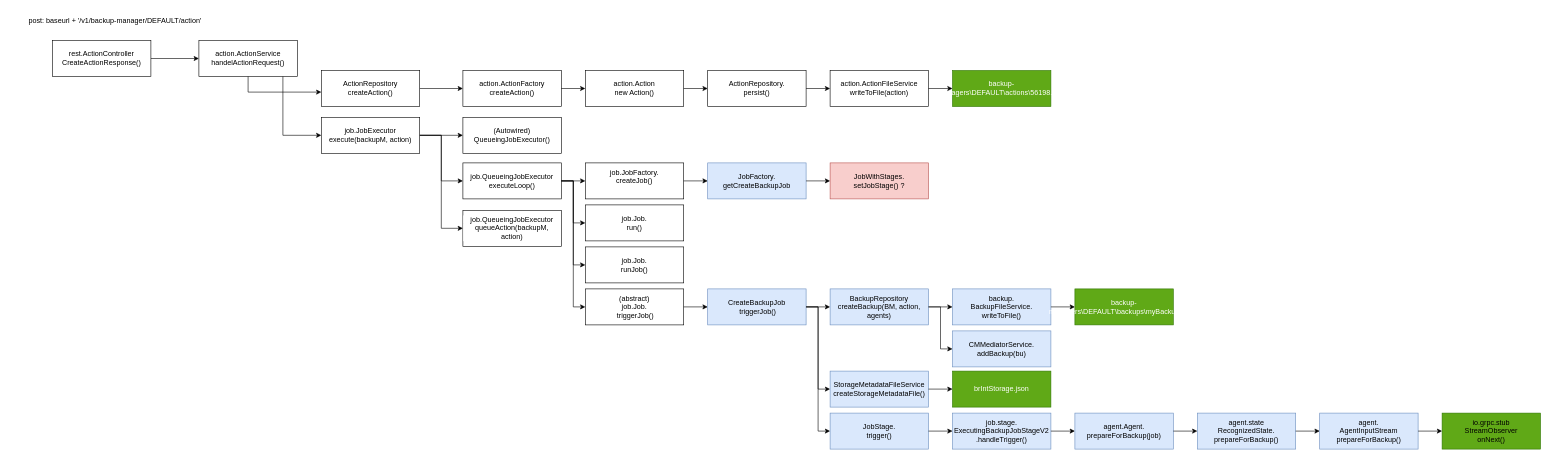
The draw.io diagram page "create_backup_1" (2 of 4) of BRO-Post-Action.drawio in Albert-W/Draw_io, before the edit. Source tidied: cells renumbered, new cells numbered last; positions are measured from the earlier drawing's top-left corner, leaving out a move shared by most shapes. Both pictures are drawn from the tidied source at 60%, with x=0, y=0 at pixel (10, 10).
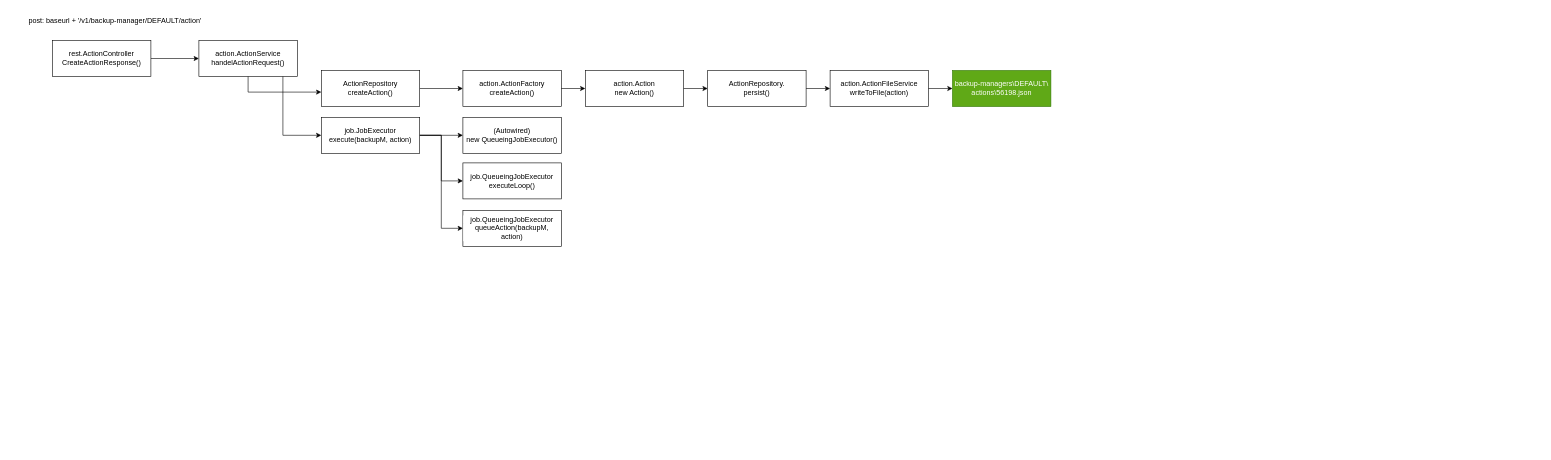
The same diagram, later.

Diff of the diagram source:
```diff
@@
-    <mxCell id="21" value="backup-managers\DEFAULT\actions\56198.json" style="whiteSpace=wrap;html=1;align=center;newEdgeStyle={&quot;edgeStyle&quot;:&quot;elbowEdgeStyle&quot;,&quot;startArrow&quot;:&quot;none&quot;,&quot;endArrow&quot;:&quot;none&quot;};fillColor=#60a917;strokeColor=#2D7600;fontColor=#ffffff;" parent="1" vertex="1">
+    <mxCell id="21" value="backup-managers\DEFAULT\ actions\56198.json" style="whiteSpace=wrap;html=1;align=center;newEdgeStyle={&quot;edgeStyle&quot;:&quot;elbowEdgeStyle&quot;,&quot;startArrow&quot;:&quot;none&quot;,&quot;endArrow&quot;:&quot;none&quot;};fillColor=#60a917;strokeColor=#2D7600;fontColor=#ffffff;" parent="1" vertex="1">
       <mxGeometry x="1570" y="100" width="164" height="60" as="geometry" />
     </mxCell>
@@
-    <mxCell id="23" value="&lt;div&gt;(Autowired)&lt;/div&gt;&lt;div&gt;QueueingJobExecutor()&lt;/div&gt;" style="whiteSpace=wrap;html=1;align=center;newEdgeStyle={&quot;edgeStyle&quot;:&quot;elbowEdgeStyle&quot;,&quot;startArrow&quot;:&quot;none&quot;,&quot;endArrow&quot;:&quot;none&quot;};" parent="1" vertex="1">
+    <mxCell id="23" value="&lt;div&gt;(Autowired)&lt;/div&gt;&lt;div&gt;new QueueingJobExecutor()&lt;/div&gt;" style="whiteSpace=wrap;html=1;align=center;newEdgeStyle={&quot;edgeStyle&quot;:&quot;elbowEdgeStyle&quot;,&quot;startArrow&quot;:&quot;none&quot;,&quot;endArrow&quot;:&quot;none&quot;};" parent="1" vertex="1">
       <mxGeometry x="754" y="178" width="164" height="60" as="geometry" />
     </mxCell>
@@
-    <mxCell id="25" value="&lt;div style=&quot;color: rgb(0 , 0 , 0) ; font-family: &amp;#34;helvetica&amp;#34; ; font-size: 12px ; font-style: normal ; font-weight: 400 ; letter-spacing: normal ; text-align: center ; text-indent: 0px ; text-transform: none ; word-spacing: 0px ; background-color: rgb(255 , 255 , 255)&quot;&gt;job.QueueingJobExecutor&lt;br&gt;&lt;/div&gt;&lt;div style=&quot;color: rgb(0 , 0 , 0) ; font-family: &amp;#34;helvetica&amp;#34; ; font-size: 12px ; font-style: normal ; font-weight: 400 ; letter-spacing: normal ; text-align: center ; text-indent: 0px ; text-transform: none ; word-spacing: 0px ; background-color: rgb(255 , 255 , 255)&quot;&gt;executeLoop()&lt;br&gt;&lt;/div&gt;" style="whiteSpace=wrap;html=1;align=center;newEdgeStyle={&quot;edgeStyle&quot;:&quot;elbowEdgeStyle&quot;,&quot;startArrow&quot;:&quot;none&quot;,&quot;endArrow&quot;:&quot;none&quot;};" parent="1" vertex="1">
+    <mxCell id="25" value="&lt;div style=&quot;color: rgb(0 , 0 , 0) ; font-family: &amp;#34;helvetica&amp;#34; ; font-size: 12px ; font-style: normal ; font-weight: 400 ; letter-spacing: normal ; text-align: center ; text-indent: 0px ; text-transform: none ; word-spacing: 0px ; background-color: rgb(255 , 255 , 255)&quot;&gt;job.QueueingJobExecutor&lt;br&gt;&lt;/div&gt;&lt;div style=&quot;color: rgb(0 , 0 , 0) ; font-family: &amp;#34;helvetica&amp;#34; ; font-size: 12px ; font-style: normal ; font-weight: 400 ; letter-spacing: normal ; text-align: center ; text-indent: 0px ; text-transform: none ; word-spacing: 0px ; background-color: rgb(255 , 255 , 255)&quot;&gt;executeLoop()&lt;br&gt;&lt;/div&gt;" style="whiteSpace=wrap;html=1;align=center;newEdgeStyle={&quot;edgeStyle&quot;:&quot;elbowEdgeStyle&quot;,&quot;startArrow&quot;:&quot;none&quot;,&quot;endArrow&quot;:&quot;none&quot;};" parent="1" vertex="1" collapsed="1">
       <mxGeometry x="754" y="254" width="164" height="60" as="geometry" />
     </mxCell>
-    <mxCell id="26" style="edgeStyle=orthogonalEdgeStyle;rounded=0;jettySize=auto;html=1;exitX=1;exitY=0.5;exitDx=0;exitDy=0;entryX=0;entryY=0.5;entryDx=0;entryDy=0;endArrow=classic;endFill=1;" parent="1" edge="1" source="25" target="27">
-      <mxGeometry relative="1" as="geometry" />
-    </mxCell>
-    <mxCell id="27" value="&lt;div&gt;job.JobFactory.&lt;/div&gt;&lt;div&gt;createJob()&lt;br style=&quot;color: rgb(0 , 0 , 0) ; font-family: &amp;#34;helvetica&amp;#34; ; font-size: 12px ; font-style: normal ; font-weight: 400 ; letter-spacing: normal ; text-align: center ; text-indent: 0px ; text-transform: none ; word-spacing: 0px ; background-color: rgb(255 , 255 , 255)&quot;&gt;&lt;br&gt;&lt;/div&gt;" style="whiteSpace=wrap;html=1;align=center;newEdgeStyle={&quot;edgeStyle&quot;:&quot;elbowEdgeStyle&quot;,&quot;startArrow&quot;:&quot;none&quot;,&quot;endArrow&quot;:&quot;none&quot;};" parent="1" vertex="1">
-      <mxGeometry x="958" y="254" width="164" height="60" as="geometry" />
-    </mxCell>
-    <mxCell id="28" style="edgeStyle=orthogonalEdgeStyle;rounded=0;jettySize=auto;html=1;exitX=1;exitY=0.5;exitDx=0;exitDy=0;entryX=0;entryY=0.5;entryDx=0;entryDy=0;endArrow=classic;endFill=1;" parent="1" edge="1" source="25" target="29">
-      <mxGeometry relative="1" as="geometry" />
-    </mxCell>
-    <mxCell id="29" value="&lt;div&gt;&lt;span style=&quot;color: rgb(0 , 0 , 0) ; font-family: &amp;#34;helvetica&amp;#34; ; font-size: 12px ; font-style: normal ; font-weight: 400 ; letter-spacing: normal ; text-align: center ; text-indent: 0px ; text-transform: none ; word-spacing: 0px ; background-color: rgb(255 , 255 , 255) ; display: inline ; float: none&quot;&gt;job.Job.&lt;/span&gt;&lt;/div&gt;&lt;div&gt;&lt;span style=&quot;color: rgb(0 , 0 , 0) ; font-family: &amp;#34;helvetica&amp;#34; ; font-size: 12px ; font-style: normal ; font-weight: 400 ; letter-spacing: normal ; text-align: center ; text-indent: 0px ; text-transform: none ; word-spacing: 0px ; background-color: rgb(255 , 255 , 255) ; display: inline ; float: none&quot;&gt;run()&lt;/span&gt;&lt;/div&gt;" style="whiteSpace=wrap;html=1;align=center;newEdgeStyle={&quot;edgeStyle&quot;:&quot;elbowEdgeStyle&quot;,&quot;startArrow&quot;:&quot;none&quot;,&quot;endArrow&quot;:&quot;none&quot;};" parent="1" vertex="1">
-      <mxGeometry x="958" y="324" width="164" height="60" as="geometry" />
-    </mxCell>
-    <mxCell id="30" style="edgeStyle=orthogonalEdgeStyle;rounded=0;jettySize=auto;html=1;exitX=1;exitY=0.5;exitDx=0;exitDy=0;entryX=0;entryY=0.5;entryDx=0;entryDy=0;endArrow=classic;endFill=1;" parent="1" edge="1" source="25" target="31">
-      <mxGeometry relative="1" as="geometry" />
-    </mxCell>
-    <mxCell id="31" value="&lt;div&gt;&lt;span style=&quot;color: rgb(0 , 0 , 0) ; font-family: &amp;#34;helvetica&amp;#34; ; font-size: 12px ; font-style: normal ; font-weight: 400 ; letter-spacing: normal ; text-align: center ; text-indent: 0px ; text-transform: none ; word-spacing: 0px ; background-color: rgb(255 , 255 , 255) ; display: inline ; float: none&quot;&gt;job.Job.&lt;/span&gt;&lt;/div&gt;&lt;div&gt;&lt;span style=&quot;color: rgb(0 , 0 , 0) ; font-family: &amp;#34;helvetica&amp;#34; ; font-size: 12px ; font-style: normal ; font-weight: 400 ; letter-spacing: normal ; text-align: center ; text-indent: 0px ; text-transform: none ; word-spacing: 0px ; background-color: rgb(255 , 255 , 255) ; display: inline ; float: none&quot;&gt;runJob()&lt;/span&gt;&lt;/div&gt;" style="whiteSpace=wrap;html=1;align=center;newEdgeStyle={&quot;edgeStyle&quot;:&quot;elbowEdgeStyle&quot;,&quot;startArrow&quot;:&quot;none&quot;,&quot;endArrow&quot;:&quot;none&quot;};" parent="1" vertex="1">
-      <mxGeometry x="958" y="394" width="164" height="60" as="geometry" />
-    </mxCell>
-    <mxCell id="32" style="edgeStyle=orthogonalEdgeStyle;rounded=0;jettySize=auto;html=1;exitX=1;exitY=0.5;exitDx=0;exitDy=0;entryX=0;entryY=0.5;entryDx=0;entryDy=0;endArrow=classic;endFill=1;" parent="1" edge="1" source="25" target="33">
-      <mxGeometry relative="1" as="geometry" />
-    </mxCell>
-    <mxCell id="33" value="&lt;div&gt;&lt;span style=&quot;color: rgb(0 , 0 , 0) ; font-family: &amp;#34;helvetica&amp;#34; ; font-size: 12px ; font-style: normal ; font-weight: 400 ; letter-spacing: normal ; text-align: center ; text-indent: 0px ; text-transform: none ; word-spacing: 0px ; background-color: rgb(255 , 255 , 255) ; display: inline ; float: none&quot;&gt;(abstract)&lt;br&gt;&lt;/span&gt;&lt;/div&gt;&lt;div&gt;&lt;span style=&quot;color: rgb(0 , 0 , 0) ; font-family: &amp;#34;helvetica&amp;#34; ; font-size: 12px ; font-style: normal ; font-weight: 400 ; letter-spacing: normal ; text-align: center ; text-indent: 0px ; text-transform: none ; word-spacing: 0px ; background-color: rgb(255 , 255 , 255) ; display: inline ; float: none&quot;&gt;job.Job.&lt;/span&gt;&lt;/div&gt;&lt;div&gt;&lt;span style=&quot;color: rgb(0 , 0 , 0) ; font-family: &amp;#34;helvetica&amp;#34; ; font-size: 12px ; font-style: normal ; font-weight: 400 ; letter-spacing: normal ; text-align: center ; text-indent: 0px ; text-transform: none ; word-spacing: 0px ; background-color: rgb(255 , 255 , 255) ; display: inline ; float: none&quot;&gt;&amp;nbsp;triggerJob()&lt;/span&gt;&lt;/div&gt;" style="whiteSpace=wrap;html=1;align=center;newEdgeStyle={&quot;edgeStyle&quot;:&quot;elbowEdgeStyle&quot;,&quot;startArrow&quot;:&quot;none&quot;,&quot;endArrow&quot;:&quot;none&quot;};" parent="1" vertex="1">
-      <mxGeometry x="958" y="464" width="164" height="60" as="geometry" />
-    </mxCell>
-    <mxCell id="34" style="edgeStyle=orthogonalEdgeStyle;rounded=0;jettySize=auto;html=1;exitX=1;exitY=0.5;exitDx=0;exitDy=0;entryX=0;entryY=0.5;entryDx=0;entryDy=0;endArrow=classic;endFill=1;" parent="1" edge="1" source="27" target="35">
-      <mxGeometry relative="1" as="geometry" />
-    </mxCell>
-    <mxCell id="35" value="&lt;div&gt;JobFactory.&lt;/div&gt;&lt;div&gt;getCreateBackupJob&lt;br&gt;&lt;/div&gt;" style="whiteSpace=wrap;html=1;align=center;newEdgeStyle={&quot;edgeStyle&quot;:&quot;elbowEdgeStyle&quot;,&quot;startArrow&quot;:&quot;none&quot;,&quot;endArrow&quot;:&quot;none&quot;};fillColor=#dae8fc;strokeColor=#6c8ebf;" parent="1" vertex="1">
-      <mxGeometry x="1162" y="254" width="164" height="60" as="geometry" />
-    </mxCell>
-    <mxCell id="36" style="edgeStyle=orthogonalEdgeStyle;rounded=0;jettySize=auto;html=1;exitX=1;exitY=0.5;exitDx=0;exitDy=0;entryX=0;entryY=0.5;entryDx=0;entryDy=0;endArrow=classic;endFill=1;" parent="1" edge="1" source="35" target="37">
-      <mxGeometry relative="1" as="geometry" />
-    </mxCell>
-    <mxCell id="37" value="&lt;div&gt;JobWithStages.&lt;/div&gt;&lt;div&gt;setJobStage() ?&lt;br&gt;&lt;/div&gt;" style="whiteSpace=wrap;html=1;align=center;newEdgeStyle={&quot;edgeStyle&quot;:&quot;elbowEdgeStyle&quot;,&quot;startArrow&quot;:&quot;none&quot;,&quot;endArrow&quot;:&quot;none&quot;};fillColor=#f8cecc;strokeColor=#b85450;" parent="1" vertex="1">
-      <mxGeometry x="1366" y="254" width="164" height="60" as="geometry" />
-    </mxCell>
-    <mxCell id="38" style="edgeStyle=orthogonalEdgeStyle;rounded=0;jettySize=auto;html=1;exitX=1;exitY=0.5;exitDx=0;exitDy=0;entryX=0;entryY=0.5;entryDx=0;entryDy=0;endArrow=classic;endFill=1;" parent="1" edge="1" source="33" target="39">
-      <mxGeometry relative="1" as="geometry" />
-    </mxCell>
-    <mxCell id="39" value="&lt;span&gt;CreateBackupJob&lt;/span&gt;&lt;div&gt;&lt;span&gt;&lt;span style=&quot;color: rgb(0 , 0 , 0) ; font-family: &amp;#34;helvetica&amp;#34; ; font-size: 12px ; font-style: normal ; font-weight: 400 ; letter-spacing: normal ; text-align: center ; text-indent: 0px ; text-transform: none ; word-spacing: 0px ; display: inline ; float: none&quot;&gt;&amp;nbsp;triggerJob()&lt;/span&gt;&lt;/span&gt;&lt;/div&gt;" style="whiteSpace=wrap;html=1;align=center;newEdgeStyle={&quot;edgeStyle&quot;:&quot;elbowEdgeStyle&quot;,&quot;startArrow&quot;:&quot;none&quot;,&quot;endArrow&quot;:&quot;none&quot;};fillColor=#dae8fc;strokeColor=#6c8ebf;" parent="1" vertex="1">
-      <mxGeometry x="1162" y="464" width="164" height="60" as="geometry" />
-    </mxCell>
-    <mxCell id="40" style="edgeStyle=orthogonalEdgeStyle;rounded=0;jettySize=auto;html=1;exitX=1;exitY=0.5;exitDx=0;exitDy=0;entryX=0;entryY=0.5;entryDx=0;entryDy=0;endArrow=classic;endFill=1;" parent="1" edge="1" source="39" target="41">
-      <mxGeometry relative="1" as="geometry" />
-    </mxCell>
-    <mxCell id="41" value="&lt;div style=&quot;color: rgb(0 , 0 , 0) ; font-family: &amp;#34;helvetica&amp;#34; ; font-size: 12px ; font-style: normal ; font-weight: 400 ; letter-spacing: normal ; text-align: center ; text-indent: 0px ; text-transform: none ; word-spacing: 0px&quot;&gt;&lt;span&gt;BackupRepository&lt;/span&gt;&lt;/div&gt;&lt;div style=&quot;color: rgb(0 , 0 , 0) ; font-family: &amp;#34;helvetica&amp;#34; ; font-size: 12px ; font-style: normal ; font-weight: 400 ; letter-spacing: normal ; text-align: center ; text-indent: 0px ; text-transform: none ; word-spacing: 0px&quot;&gt;&lt;span&gt;createBackup(BM, action, agents)&lt;/span&gt;&lt;/div&gt;" style="whiteSpace=wrap;html=1;align=center;newEdgeStyle={&quot;edgeStyle&quot;:&quot;elbowEdgeStyle&quot;,&quot;startArrow&quot;:&quot;none&quot;,&quot;endArrow&quot;:&quot;none&quot;};fillColor=#dae8fc;strokeColor=#6c8ebf;" parent="1" vertex="1">
-      <mxGeometry x="1366" y="464" width="164" height="60" as="geometry" />
-    </mxCell>
-    <mxCell id="42" style="edgeStyle=orthogonalEdgeStyle;rounded=0;jettySize=auto;html=1;exitX=1;exitY=0.5;exitDx=0;exitDy=0;entryX=0;entryY=0.5;entryDx=0;entryDy=0;endArrow=classic;endFill=1;" parent="1" edge="1" source="39" target="43">
-      <mxGeometry relative="1" as="geometry" />
-    </mxCell>
-    <mxCell id="43" value="&lt;div style=&quot;color: rgb(0 , 0 , 0) ; font-family: &amp;#34;helvetica&amp;#34; ; font-size: 12px ; font-style: normal ; font-weight: 400 ; letter-spacing: normal ; text-align: center ; text-indent: 0px ; text-transform: none ; word-spacing: 0px&quot;&gt;&lt;span&gt;StorageMetadataFileService&lt;/span&gt;&lt;span&gt;&lt;br&gt;&lt;/span&gt;&lt;/div&gt;&lt;div style=&quot;color: rgb(0 , 0 , 0) ; font-family: &amp;#34;helvetica&amp;#34; ; font-size: 12px ; font-style: normal ; font-weight: 400 ; letter-spacing: normal ; text-align: center ; text-indent: 0px ; text-transform: none ; word-spacing: 0px&quot;&gt;&lt;span&gt;createStorageMetadataFile()&lt;/span&gt;&lt;/div&gt;" style="whiteSpace=wrap;html=1;align=center;newEdgeStyle={&quot;edgeStyle&quot;:&quot;elbowEdgeStyle&quot;,&quot;startArrow&quot;:&quot;none&quot;,&quot;endArrow&quot;:&quot;none&quot;};fillColor=#dae8fc;strokeColor=#6c8ebf;" parent="1" vertex="1">
-      <mxGeometry x="1366" y="601" width="164" height="60" as="geometry" />
-    </mxCell>
-    <mxCell id="44" style="edgeStyle=orthogonalEdgeStyle;rounded=0;jettySize=auto;html=1;exitX=1;exitY=0.5;exitDx=0;exitDy=0;entryX=0;entryY=0.5;entryDx=0;entryDy=0;endArrow=classic;endFill=1;" parent="1" edge="1" source="39" target="45">
-      <mxGeometry relative="1" as="geometry" />
-    </mxCell>
-    <mxCell id="45" value="&lt;div&gt;JobStage.&lt;/div&gt;&lt;div&gt;trigger()&lt;br&gt;&lt;/div&gt;" style="whiteSpace=wrap;html=1;align=center;newEdgeStyle={&quot;edgeStyle&quot;:&quot;elbowEdgeStyle&quot;,&quot;startArrow&quot;:&quot;none&quot;,&quot;endArrow&quot;:&quot;none&quot;};fillColor=#dae8fc;strokeColor=#6c8ebf;" parent="1" vertex="1">
-      <mxGeometry x="1366" y="671" width="164" height="60" as="geometry" />
-    </mxCell>
-    <mxCell id="46" style="edgeStyle=orthogonalEdgeStyle;rounded=0;jettySize=auto;html=1;exitX=1;exitY=0.5;exitDx=0;exitDy=0;entryX=0;entryY=0.5;entryDx=0;entryDy=0;endArrow=classic;endFill=1;" parent="1" edge="1" source="45" target="47">
-      <mxGeometry relative="1" as="geometry" />
-    </mxCell>
-    <mxCell id="47" value="&lt;div&gt;job.stage.&lt;br&gt;&lt;/div&gt;&lt;div style=&quot;color: rgb(0 , 0 , 0) ; font-family: &amp;#34;helvetica&amp;#34; ; font-size: 12px ; font-style: normal ; font-weight: 400 ; letter-spacing: normal ; text-align: center ; text-indent: 0px ; text-transform: none ; word-spacing: 0px&quot;&gt;&lt;span&gt;ExecutingBackupJobStageV2&lt;/span&gt;&lt;/div&gt;&lt;div style=&quot;color: rgb(0 , 0 , 0) ; font-family: &amp;#34;helvetica&amp;#34; ; font-size: 12px ; font-style: normal ; font-weight: 400 ; letter-spacing: normal ; text-align: center ; text-indent: 0px ; text-transform: none ; word-spacing: 0px&quot;&gt;&lt;span&gt;.handleTrigger()&lt;/span&gt;&lt;/div&gt;" style="whiteSpace=wrap;html=1;align=center;newEdgeStyle={&quot;edgeStyle&quot;:&quot;elbowEdgeStyle&quot;,&quot;startArrow&quot;:&quot;none&quot;,&quot;endArrow&quot;:&quot;none&quot;};fillColor=#dae8fc;strokeColor=#6c8ebf;" parent="1" vertex="1">
-      <mxGeometry x="1570" y="671" width="164" height="60" as="geometry" />
-    </mxCell>
-    <mxCell id="48" style="edgeStyle=orthogonalEdgeStyle;rounded=0;jettySize=auto;html=1;exitX=1;exitY=0.5;exitDx=0;exitDy=0;entryX=0;entryY=0.5;entryDx=0;entryDy=0;endArrow=classic;endFill=1;" parent="1" edge="1" source="47" target="49">
-      <mxGeometry relative="1" as="geometry" />
-    </mxCell>
-    <mxCell id="49" value="&lt;div&gt;agent.Agent.&lt;/div&gt;&lt;div&gt;prepareForBackup(job)&lt;br&gt;&lt;/div&gt;" style="whiteSpace=wrap;html=1;align=center;newEdgeStyle={&quot;edgeStyle&quot;:&quot;elbowEdgeStyle&quot;,&quot;startArrow&quot;:&quot;none&quot;,&quot;endArrow&quot;:&quot;none&quot;};fillColor=#dae8fc;strokeColor=#6c8ebf;" parent="1" vertex="1">
-      <mxGeometry x="1774" y="671" width="164" height="60" as="geometry" />
-    </mxCell>
-    <mxCell id="50" style="edgeStyle=orthogonalEdgeStyle;rounded=0;jettySize=auto;html=1;exitX=1;exitY=0.5;exitDx=0;exitDy=0;entryX=0;entryY=0.5;entryDx=0;entryDy=0;endArrow=classic;endFill=1;" parent="1" edge="1" source="49" target="51">
-      <mxGeometry relative="1" as="geometry" />
-    </mxCell>
-    <mxCell id="51" value="&lt;div&gt;agent.state&lt;br&gt;&lt;/div&gt;&lt;div style=&quot;color: rgb(0 , 0 , 0) ; font-family: &amp;#34;helvetica&amp;#34; ; font-size: 12px ; font-style: normal ; font-weight: 400 ; letter-spacing: normal ; text-align: center ; text-indent: 0px ; text-transform: none ; word-spacing: 0px&quot;&gt;RecognizedState.&lt;br&gt;&lt;/div&gt;&lt;div style=&quot;color: rgb(0 , 0 , 0) ; font-family: &amp;#34;helvetica&amp;#34; ; font-size: 12px ; font-style: normal ; font-weight: 400 ; letter-spacing: normal ; text-align: center ; text-indent: 0px ; text-transform: none ; word-spacing: 0px&quot;&gt;prepareForBackup()&lt;/div&gt;" style="whiteSpace=wrap;html=1;align=center;newEdgeStyle={&quot;edgeStyle&quot;:&quot;elbowEdgeStyle&quot;,&quot;startArrow&quot;:&quot;none&quot;,&quot;endArrow&quot;:&quot;none&quot;};fillColor=#dae8fc;strokeColor=#6c8ebf;labelBackgroundColor=#;" parent="1" vertex="1">
-      <mxGeometry x="1978" y="671" width="164" height="60" as="geometry" />
-    </mxCell>
-    <mxCell id="52" style="edgeStyle=orthogonalEdgeStyle;rounded=0;jettySize=auto;html=1;exitX=1;exitY=0.5;exitDx=0;exitDy=0;entryX=0;entryY=0.5;entryDx=0;entryDy=0;endArrow=classic;endFill=1;" parent="1" edge="1" source="51" target="53">
-      <mxGeometry relative="1" as="geometry" />
-    </mxCell>
-    <mxCell id="53" value="&lt;div&gt;agent.&lt;br&gt;&lt;/div&gt;&lt;div style=&quot;color: rgb(0 , 0 , 0) ; font-family: &amp;#34;helvetica&amp;#34; ; font-size: 12px ; font-style: normal ; font-weight: 400 ; letter-spacing: normal ; text-align: center ; text-indent: 0px ; text-transform: none ; word-spacing: 0px&quot;&gt;AgentInputStream&lt;/div&gt;&lt;div style=&quot;color: rgb(0 , 0 , 0) ; font-family: &amp;#34;helvetica&amp;#34; ; font-size: 12px ; font-style: normal ; font-weight: 400 ; letter-spacing: normal ; text-align: center ; text-indent: 0px ; text-transform: none ; word-spacing: 0px&quot;&gt;prepareForBackup()&lt;/div&gt;" style="whiteSpace=wrap;html=1;align=center;newEdgeStyle={&quot;edgeStyle&quot;:&quot;elbowEdgeStyle&quot;,&quot;startArrow&quot;:&quot;none&quot;,&quot;endArrow&quot;:&quot;none&quot;};fillColor=#dae8fc;strokeColor=#6c8ebf;labelBackgroundColor=#;" parent="1" vertex="1">
-      <mxGeometry x="2182" y="671" width="164" height="60" as="geometry" />
-    </mxCell>
-    <mxCell id="54" style="edgeStyle=orthogonalEdgeStyle;rounded=0;jettySize=auto;html=1;exitX=1;exitY=0.5;exitDx=0;exitDy=0;entryX=0;entryY=0.5;entryDx=0;entryDy=0;endArrow=classic;endFill=1;" parent="1" edge="1" source="53" target="55">
-      <mxGeometry relative="1" as="geometry" />
-    </mxCell>
-    <mxCell id="55" value="&lt;div style=&quot;color: rgb(0 , 0 , 0) ; font-family: &amp;#34;helvetica&amp;#34; ; font-size: 12px ; font-style: normal ; font-weight: 400 ; letter-spacing: normal ; text-align: center ; text-indent: 0px ; text-transform: none ; word-spacing: 0px&quot;&gt;&lt;span&gt;io.grpc.stub&lt;br&gt;&lt;/span&gt;&lt;/div&gt;&lt;div style=&quot;color: rgb(0 , 0 , 0) ; font-family: &amp;#34;helvetica&amp;#34; ; font-size: 12px ; font-style: normal ; font-weight: 400 ; letter-spacing: normal ; text-align: center ; text-indent: 0px ; text-transform: none ; word-spacing: 0px&quot;&gt;&lt;span&gt;StreamObserver&lt;/span&gt;&lt;/div&gt;&lt;div style=&quot;color: rgb(0 , 0 , 0) ; font-family: &amp;#34;helvetica&amp;#34; ; font-size: 12px ; font-style: normal ; font-weight: 400 ; letter-spacing: normal ; text-align: center ; text-indent: 0px ; text-transform: none ; word-spacing: 0px&quot;&gt;&lt;span&gt;onNext()&lt;/span&gt;&lt;/div&gt;" style="whiteSpace=wrap;html=1;align=center;newEdgeStyle={&quot;edgeStyle&quot;:&quot;elbowEdgeStyle&quot;,&quot;startArrow&quot;:&quot;none&quot;,&quot;endArrow&quot;:&quot;none&quot;};fillColor=#60a917;strokeColor=#2D7600;labelBackgroundColor=#;fontColor=#ffffff;" parent="1" vertex="1">
-      <mxGeometry x="2386" y="671" width="164" height="60" as="geometry" />
-    </mxCell>
-    <mxCell id="56" style="edgeStyle=orthogonalEdgeStyle;rounded=0;jettySize=auto;html=1;exitX=1;exitY=0.5;exitDx=0;exitDy=0;entryX=0;entryY=0.5;entryDx=0;entryDy=0;endArrow=classic;endFill=1;" parent="1" edge="1" source="43" target="57">
-      <mxGeometry relative="1" as="geometry" />
-    </mxCell>
-    <mxCell id="57" value="brIntStorage.json" style="whiteSpace=wrap;html=1;align=center;newEdgeStyle={&quot;edgeStyle&quot;:&quot;elbowEdgeStyle&quot;,&quot;startArrow&quot;:&quot;none&quot;,&quot;endArrow&quot;:&quot;none&quot;};fillColor=#60a917;strokeColor=#2D7600;fontColor=#ffffff;" parent="1" vertex="1">
-      <mxGeometry x="1570" y="601" width="164" height="60" as="geometry" />
-    </mxCell>
-    <mxCell id="58" style="edgeStyle=orthogonalEdgeStyle;rounded=0;jettySize=auto;html=1;exitX=1;exitY=0.5;exitDx=0;exitDy=0;entryX=0;entryY=0.5;entryDx=0;entryDy=0;endArrow=classic;endFill=1;" parent="1" edge="1" source="41" target="59">
-      <mxGeometry relative="1" as="geometry" />
-    </mxCell>
-    <mxCell id="59" value="&lt;div&gt;backup.&lt;/div&gt;&lt;div&gt;BackupFileService.&lt;/div&gt;&lt;div&gt;writeToFile()&lt;br&gt;&lt;/div&gt;" style="whiteSpace=wrap;html=1;align=center;newEdgeStyle={&quot;edgeStyle&quot;:&quot;elbowEdgeStyle&quot;,&quot;startArrow&quot;:&quot;none&quot;,&quot;endArrow&quot;:&quot;none&quot;};fillColor=#dae8fc;strokeColor=#6c8ebf;" parent="1" vertex="1">
-      <mxGeometry x="1570" y="464" width="164" height="60" as="geometry" />
-    </mxCell>
-    <mxCell id="60" style="edgeStyle=orthogonalEdgeStyle;rounded=0;jettySize=auto;html=1;exitX=1;exitY=0.5;exitDx=0;exitDy=0;entryX=0;entryY=0.5;entryDx=0;entryDy=0;endArrow=classic;endFill=1;" parent="1" edge="1" source="41" target="61">
-      <mxGeometry relative="1" as="geometry" />
-    </mxCell>
-    <mxCell id="61" value="&lt;div&gt;CMMediatorService.&lt;/div&gt;&lt;div&gt;addBackup(bu)&lt;br&gt;&lt;/div&gt;" style="whiteSpace=wrap;html=1;align=center;newEdgeStyle={&quot;edgeStyle&quot;:&quot;elbowEdgeStyle&quot;,&quot;startArrow&quot;:&quot;none&quot;,&quot;endArrow&quot;:&quot;none&quot;};fillColor=#dae8fc;strokeColor=#6c8ebf;" parent="1" vertex="1">
-      <mxGeometry x="1570" y="534" width="164" height="60" as="geometry" />
-    </mxCell>
-    <mxCell id="62" style="edgeStyle=orthogonalEdgeStyle;rounded=0;jettySize=auto;html=1;exitX=1;exitY=0.5;exitDx=0;exitDy=0;entryX=0;entryY=0.5;entryDx=0;entryDy=0;endArrow=classic;endFill=1;" parent="1" edge="1" source="59" target="63">
-      <mxGeometry relative="1" as="geometry" />
-    </mxCell>
-    <mxCell id="63" value="backup-managers\DEFAULT\backups\myBackup4.json" style="whiteSpace=wrap;html=1;align=center;newEdgeStyle={&quot;edgeStyle&quot;:&quot;elbowEdgeStyle&quot;,&quot;startArrow&quot;:&quot;none&quot;,&quot;endArrow&quot;:&quot;none&quot;};fillColor=#60a917;strokeColor=#2D7600;fontColor=#ffffff;" parent="1" vertex="1">
-      <mxGeometry x="1774" y="464" width="164" height="60" as="geometry" />
-    </mxCell>
```
